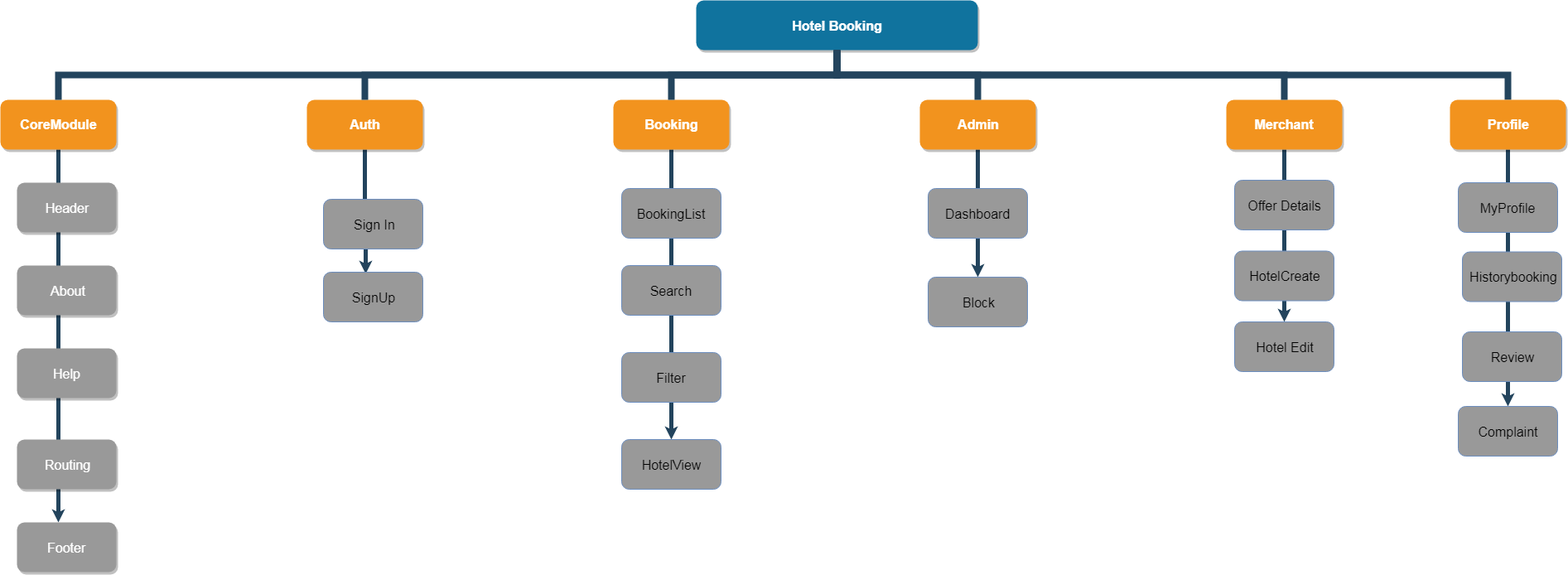
This is component.png from sasidharmindtree/Angular, a draw.io export, as it was before one commit. Source tidied: cells renumbered, new cells last; positions are measured from the earlier drawing's top-left corner, leaving out a move shared by most shapes.
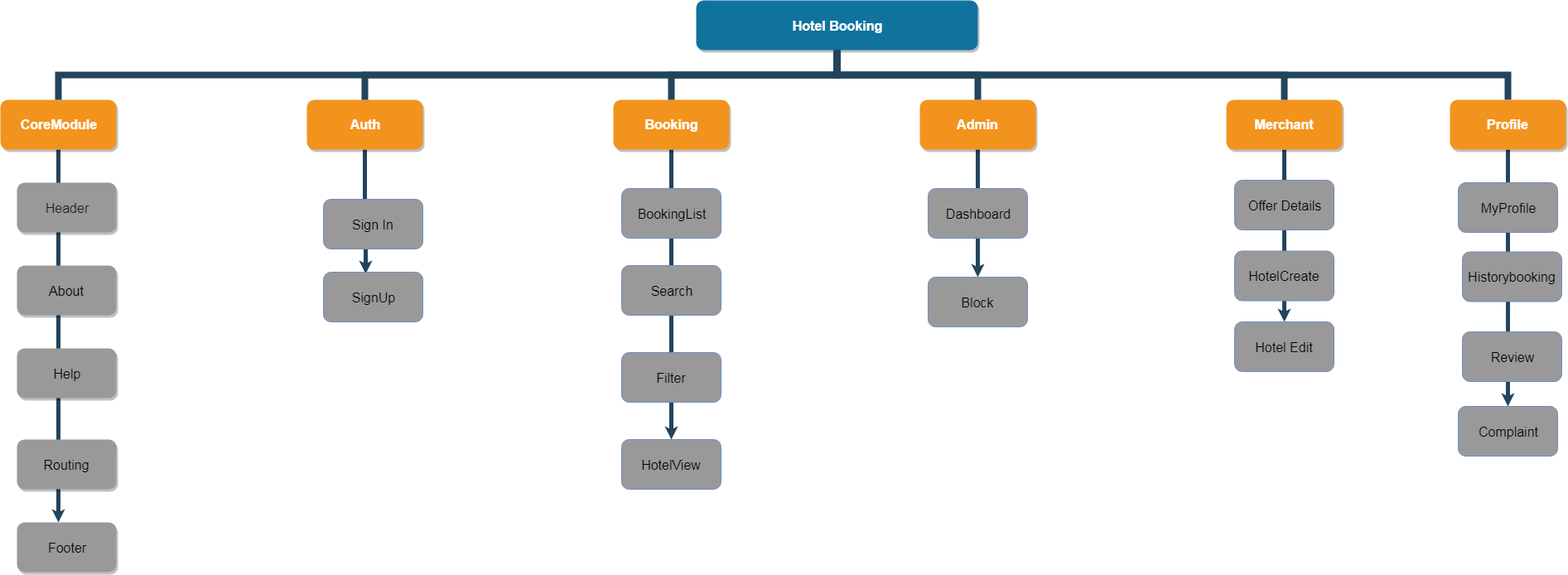
Later version of the same file.

What changed in the source:
```diff
@@ -38,16 +38,16 @@
     <mxCell id="13" value="Merchant" style="whiteSpace=wrap;rounded=1;fillColor=#F2931E;strokeColor=none;shadow=1;fontColor=#FFFFFF;fontStyle=1;fontSize=16;" parent="1" vertex="1">
       <mxGeometry x="1480" y="120" width="140" height="60" as="geometry" />
     </mxCell>
-    <mxCell id="14" value="Header" style="whiteSpace=wrap;rounded=1;fillColor=#999999;strokeColor=none;shadow=1;fontColor=#FFFFFF;fontStyle=0;fontSize=16;" parent="1" vertex="1">
+    <mxCell id="14" value="Header" style="whiteSpace=wrap;rounded=1;fillColor=#999999;strokeColor=none;shadow=1;fontColor=#1A1A1A;fontStyle=0;fontSize=16;" parent="1" vertex="1">
       <mxGeometry x="20" y="220" width="120" height="60" as="geometry" />
     </mxCell>
-    <mxCell id="15" value="About" style="whiteSpace=wrap;rounded=1;fillColor=#999999;strokeColor=none;shadow=1;fontColor=#FFFFFF;fontStyle=0;fontSize=16;" parent="1" vertex="1">
+    <mxCell id="15" value="About" style="whiteSpace=wrap;rounded=1;fillColor=#999999;strokeColor=none;shadow=1;fontColor=#000000;fontStyle=0;fontSize=16;" parent="1" vertex="1">
       <mxGeometry x="20" y="320" width="120" height="60" as="geometry" />
     </mxCell>
-    <mxCell id="16" value="Help" style="whiteSpace=wrap;rounded=1;fillColor=#999999;strokeColor=none;shadow=1;fontColor=#FFFFFF;fontStyle=0;fontSize=16;" parent="1" vertex="1">
+    <mxCell id="16" value="Help" style="whiteSpace=wrap;rounded=1;fillColor=#999999;strokeColor=none;shadow=1;fontColor=#000000;fontStyle=0;fontSize=16;" parent="1" vertex="1">
       <mxGeometry x="20" y="420" width="120" height="60" as="geometry" />
     </mxCell>
-    <mxCell id="17" value="Routing" style="whiteSpace=wrap;rounded=1;fillColor=#999999;strokeColor=none;shadow=1;fontColor=#FFFFFF;fontStyle=0;fontSize=16;" parent="1" vertex="1">
+    <mxCell id="17" value="Routing" style="whiteSpace=wrap;rounded=1;fillColor=#999999;strokeColor=none;shadow=1;fontColor=#000000;fontStyle=0;fontSize=16;" parent="1" vertex="1">
       <mxGeometry x="20" y="530" width="120" height="60" as="geometry" />
     </mxCell>
     <mxCell id="18" style="edgeStyle=elbowEdgeStyle;elbow=vertical;rounded=0;fontColor=#000000;endArrow=none;endFill=0;strokeWidth=8;strokeColor=#23445D;fontSize=16;" parent="1" edge="1" source="3" target="5">
@@ -119,7 +119,7 @@
     <mxCell id="39" value="Profile" style="whiteSpace=wrap;rounded=1;fillColor=#F2931E;strokeColor=none;shadow=1;fontColor=#FFFFFF;fontStyle=1;fontSize=16;" parent="1" vertex="1">
       <mxGeometry x="1750" y="120" width="140" height="60" as="geometry" />
     </mxCell>
-    <mxCell id="40" value="Footer" style="whiteSpace=wrap;rounded=1;fillColor=#999999;strokeColor=none;shadow=1;fontColor=#FFFFFF;fontStyle=0;fontSize=16;" parent="1" vertex="1">
+    <mxCell id="40" value="Footer" style="whiteSpace=wrap;rounded=1;fillColor=#999999;strokeColor=none;shadow=1;fontColor=#000000;fontStyle=0;fontSize=16;" parent="1" vertex="1">
       <mxGeometry x="20" y="630" width="120" height="60" as="geometry" />
     </mxCell>
   </root>
```
